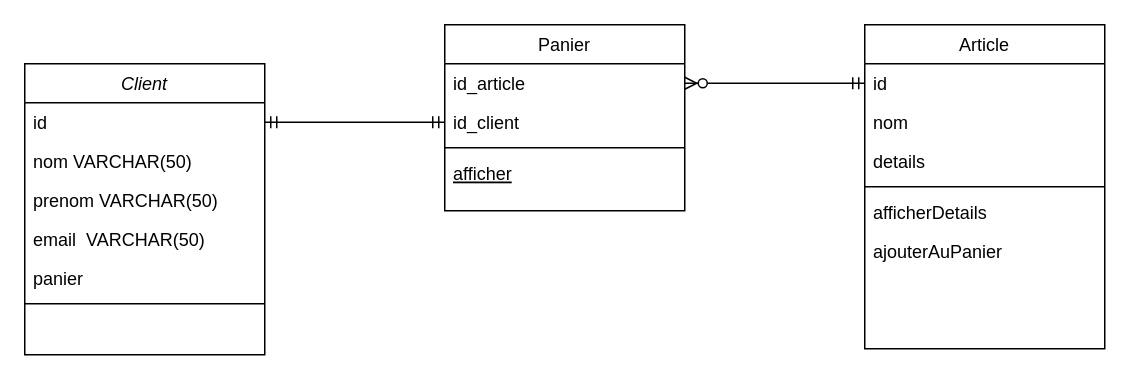
Earlier version of the draw.io diagram Serviettes_CD.drawio (DPOsengo/serviettes). Source tidied: cells renumbered, new cells numbered last; positions are measured from the earlier drawing's top-left corner, leaving out a move shared by most shapes. Both pictures are drawn from the tidied source at 150%, with x=0, y=0 at pixel (24, 24).
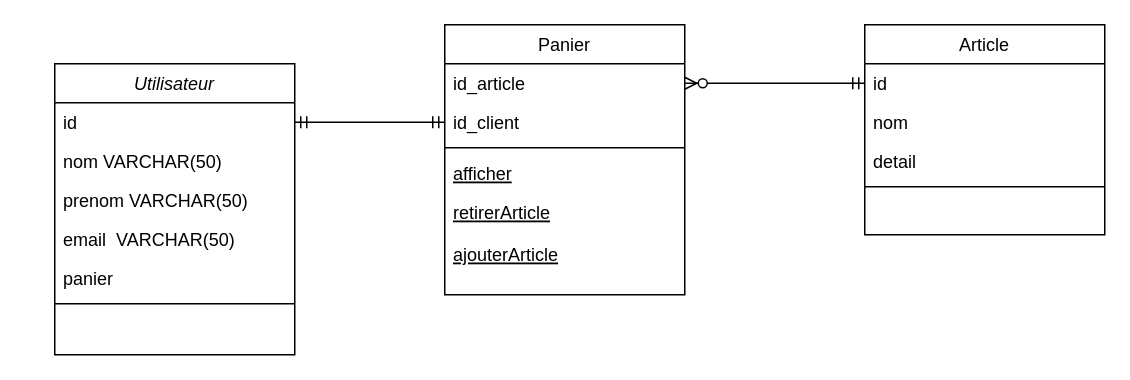
The same diagram, later.

Commit message (it also covers changes not shown here):
Mettre à jour Serviettes_CD.drawio

What changed in the source:
```diff
@@
-    <mxCell id="2" value="Client" style="swimlane;fontStyle=2;align=center;verticalAlign=top;horizontal=1;startSize=26;rounded=0;shadow=0;strokeWidth=1;" parent="1" vertex="1">
-      <mxGeometry y="26" width="160" height="194" as="geometry" />
+    <mxCell id="2" value="Utilisateur" style="swimlane;fontStyle=2;align=center;verticalAlign=top;horizontal=1;startSize=26;rounded=0;shadow=0;strokeWidth=1;" parent="1" vertex="1">
+      <mxGeometry x="20" y="26" width="160" height="194" as="geometry" />
     </mxCell>
@@
     <mxCell id="9" value="Panier" style="swimlane;fontStyle=0;align=center;verticalAlign=top;horizontal=1;startSize=26;rounded=0;shadow=0;strokeWidth=1;" parent="1" vertex="1">
-      <mxGeometry x="280" width="160" height="124" as="geometry" />
+      <mxGeometry x="280" width="160" height="180" as="geometry" />
     </mxCell>
@@
+    <mxCell id="23" value="retirerArticle" style="text;align=left;verticalAlign=top;spacingLeft=4;spacingRight=4;overflow=hidden;fontStyle=4;" parent="9" vertex="1">
+      <mxGeometry y="112" width="160" height="28" as="geometry" />
+    </mxCell>
+    <mxCell id="24" value="ajouterArticle" style="text;align=left;verticalAlign=top;spacingLeft=4;spacingRight=4;overflow=hidden;fontStyle=4;" parent="9" vertex="1">
+      <mxGeometry y="140" width="160" height="28" as="geometry" />
+    </mxCell>
     <mxCell id="14" value="Article" style="swimlane;fontStyle=0;align=center;verticalAlign=top;horizontal=1;startSize=26;rounded=0;shadow=0;strokeWidth=1;" parent="1" vertex="1">
-      <mxGeometry x="560" width="160" height="216" as="geometry" />
+      <mxGeometry x="560" width="160" height="140" as="geometry" />
     </mxCell>
@@
-    <mxCell id="17" value="details" style="text;align=left;verticalAlign=top;spacingLeft=4;spacingRight=4;overflow=hidden;rounded=0;shadow=0;html=0;" parent="14" vertex="1">
+    <mxCell id="17" value="detail" style="text;align=left;verticalAlign=top;spacingLeft=4;spacingRight=4;overflow=hidden;rounded=0;shadow=0;html=0;" parent="14" vertex="1">
       <mxGeometry y="78" width="160" height="26" as="geometry" />
     </mxCell>
@@
-    <mxCell id="19" value="afficherDetails" style="text;align=left;verticalAlign=top;spacingLeft=4;spacingRight=4;overflow=hidden;" parent="14" vertex="1">
-      <mxGeometry y="112" width="160" height="26" as="geometry" />
-    </mxCell>
-    <mxCell id="20" value="ajouterAuPanier" style="text;align=left;verticalAlign=top;spacingLeft=4;spacingRight=4;overflow=hidden;" parent="14" vertex="1">
-      <mxGeometry y="138" width="160" height="26" as="geometry" />
-    </mxCell>
```
